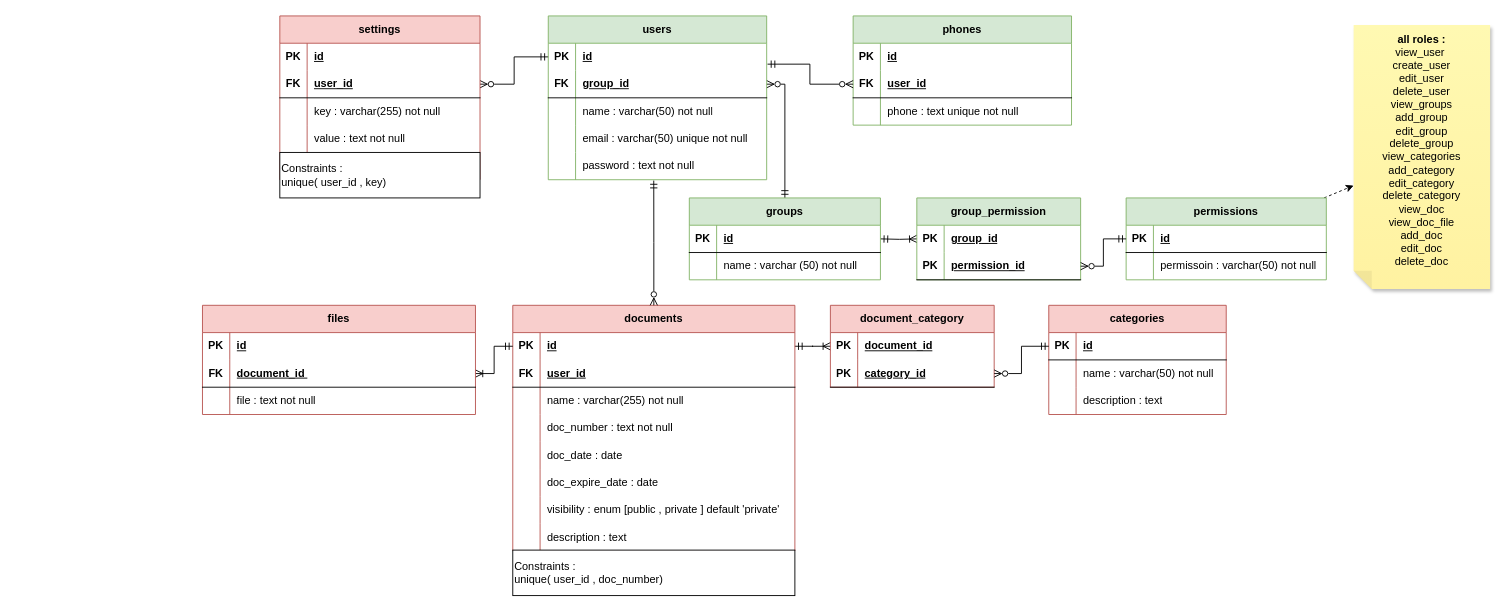
Above: page "db_schema" (1 of 4) of planning/diagram.drawio in khaledfathi/documents-vault (draw.io), before the change. Source tidied: cells renumbered, new cells numbered last; positions are measured from the earlier drawing's top-left corner, leaving out a move shared by most shapes. Both pictures are drawn from the tidied source at 91%, with x=0, y=0 at pixel (202, 15).
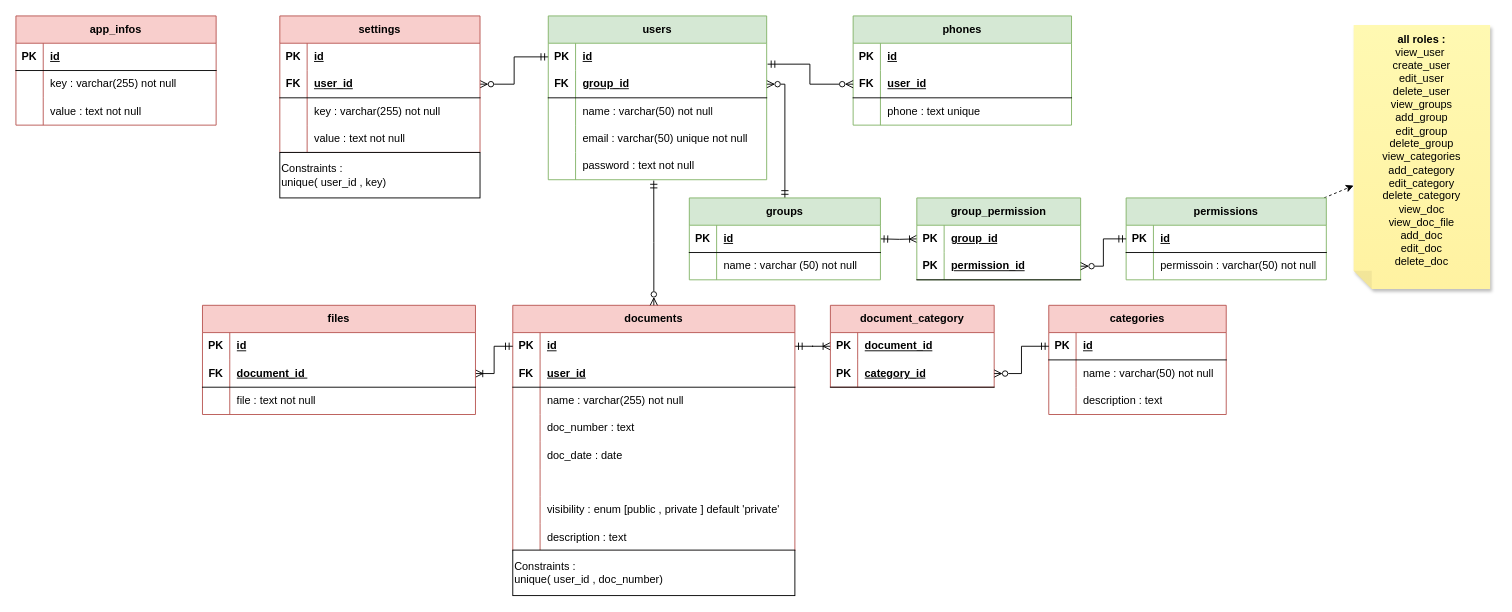
The same diagram, later.

Commit message (it also covers changes not shown here):
update plaining diagram

The change refers to these unchanged cells:
```xml
<mxCell id="47" style="shape=tableRow;horizontal=0;startSize=0;swimlaneHead=0;swimlaneBody=0;fillColor=none;top=0;left=0;right=0;bottom=0;html=1;" parent="37" vertex="1">
  <mxGeometry y="120" width="310" height="30" as="geometry" />
</mxCell>
<mxCell id="53" style="shape=tableRow;horizontal=0;startSize=0;swimlaneHead=0;swimlaneBody=0;fillColor=none;top=0;left=0;right=0;bottom=0;html=1;" parent="37" vertex="1">
  <mxGeometry y="180" width="310" height="30" as="geometry" />
</mxCell>
<mxCell id="95" style="shape=tableRow;horizontal=0;startSize=0;swimlaneHead=0;swimlaneBody=0;fillColor=none;top=0;left=0;right=0;bottom=0;html=1;" parent="88" vertex="1">
  <mxGeometry y="90" width="240" height="30" as="geometry" />
</mxCell>
```

Change to the diagram source:
```diff
@@
     <mxCell id="3" value="settings" style="shape=table;startSize=30;childLayout=tableLayout;rowLines=0;fontStyle=1;align=center;html=1;whiteSpace=wrap;fillColor=#f8cecc;strokeColor=#b85450;" parent="1" vertex="1">
-      <mxGeometry x="85" width="220" height="180" as="geometry" />
+      <mxGeometry x="85" width="220" height="150" as="geometry" />
     </mxCell>
@@
-    <mxCell id="13" style="shape=tableRow;horizontal=0;startSize=0;swimlaneHead=0;swimlaneBody=0;fillColor=none;top=0;left=0;right=0;bottom=0;html=1;" parent="3" vertex="1">
-      <mxGeometry y="120" width="220" height="30" as="geometry" />
-    </mxCell>
-    <mxCell id="14" style="shape=partialRectangle;fillColor=none;top=0;left=0;bottom=0;right=0;overflow=hidden;html=1;whiteSpace=wrap;" parent="13" vertex="1">
-      <mxGeometry width="30" height="30" as="geometry" />
-    </mxCell>
-    <mxCell id="15" value="value : text not null" style="shape=partialRectangle;fillColor=none;top=0;left=0;bottom=0;right=0;align=left;spacingLeft=6;overflow=hidden;html=1;whiteSpace=wrap;" parent="13" vertex="1">
-      <mxGeometry x="30" width="190" height="30" as="geometry" />
-    </mxCell>
     <mxCell id="16" style="shape=tableRow;horizontal=0;startSize=0;swimlaneHead=0;swimlaneBody=0;fillColor=none;top=0;left=0;right=0;bottom=0;html=1;" parent="3" vertex="1">
-      <mxGeometry y="150" width="220" height="30" as="geometry" />
+      <mxGeometry y="120" width="220" height="30" as="geometry" />
     </mxCell>
@@
-    <mxCell id="49" value="doc_number : text not null" style="shape=partialRectangle;fillColor=none;top=0;left=0;bottom=0;right=0;align=left;spacingLeft=6;overflow=hidden;html=1;whiteSpace=wrap;" parent="47" vertex="1">
+    <mxCell id="49" value="doc_number : text&amp;nbsp;" style="shape=partialRectangle;fillColor=none;top=0;left=0;bottom=0;right=0;align=left;spacingLeft=6;overflow=hidden;html=1;whiteSpace=wrap;" parent="47" vertex="1">
       <mxGeometry x="30" width="280" height="30" as="geometry" />
     </mxCell>
@@
-    <mxCell id="55" value="doc_expire_date : date" style="shape=partialRectangle;fillColor=none;top=0;left=0;bottom=0;right=0;align=left;spacingLeft=6;overflow=hidden;html=1;whiteSpace=wrap;" parent="53" vertex="1">
+    <mxCell id="55" value=" " style="shape=partialRectangle;fillColor=none;top=0;left=0;bottom=0;right=0;align=left;spacingLeft=6;overflow=hidden;html=1;whiteSpace=wrap;" parent="53" vertex="1">
       <mxGeometry x="30" width="280" height="30" as="geometry" />
     </mxCell>
@@
-    <mxCell id="97" value="phone : text unique not null" style="shape=partialRectangle;fillColor=none;top=0;left=0;bottom=0;right=0;align=left;spacingLeft=6;overflow=hidden;html=1;whiteSpace=wrap;" parent="95" vertex="1">
+    <mxCell id="97" value="phone : text unique&amp;nbsp;" style="shape=partialRectangle;fillColor=none;top=0;left=0;bottom=0;right=0;align=left;spacingLeft=6;overflow=hidden;html=1;whiteSpace=wrap;" parent="95" vertex="1">
       <mxGeometry x="30" width="210" height="30" as="geometry" />
     </mxCell>
@@
+    <mxCell id="130" value="app_infos" style="shape=table;startSize=30;childLayout=tableLayout;rowLines=0;fontStyle=1;align=center;html=1;whiteSpace=wrap;fillColor=#f8cecc;strokeColor=#b85450;" parent="1" vertex="1">
+      <mxGeometry x="-205" width="220" height="120" as="geometry" />
+    </mxCell>
+    <mxCell id="131" style="shape=tableRow;horizontal=0;startSize=0;swimlaneHead=0;swimlaneBody=0;fillColor=none;top=0;left=0;right=0;bottom=1;html=1;rounded=0;" parent="130" vertex="1">
+      <mxGeometry y="30" width="220" height="30" as="geometry" />
+    </mxCell>
+    <mxCell id="132" value="PK" style="shape=partialRectangle;fillColor=none;top=0;left=0;bottom=0;right=0;fontStyle=1;overflow=hidden;html=1;whiteSpace=wrap;" parent="131" vertex="1">
+      <mxGeometry width="30" height="30" as="geometry" />
+    </mxCell>
+    <mxCell id="133" value="id" style="shape=partialRectangle;fillColor=none;top=0;left=0;bottom=0;right=0;align=left;spacingLeft=6;fontStyle=5;overflow=hidden;html=1;whiteSpace=wrap;" parent="131" vertex="1">
+      <mxGeometry x="30" width="190" height="30" as="geometry" />
+    </mxCell>
+    <mxCell id="134" style="shape=tableRow;horizontal=0;startSize=0;swimlaneHead=0;swimlaneBody=0;fillColor=none;top=0;left=0;right=0;bottom=0;html=1;" parent="130" vertex="1">
+      <mxGeometry y="60" width="220" height="30" as="geometry" />
+    </mxCell>
+    <mxCell id="135" style="shape=partialRectangle;fillColor=none;top=0;left=0;bottom=0;right=0;overflow=hidden;html=1;whiteSpace=wrap;" parent="134" vertex="1">
+      <mxGeometry width="30" height="30" as="geometry" />
+    </mxCell>
+    <mxCell id="136" value="key : varchar(255) not null" style="shape=partialRectangle;fillColor=none;top=0;left=0;bottom=0;right=0;align=left;spacingLeft=6;overflow=hidden;html=1;whiteSpace=wrap;" parent="134" vertex="1">
+      <mxGeometry x="30" width="190" height="30" as="geometry" />
+    </mxCell>
+    <mxCell id="137" style="shape=tableRow;horizontal=0;startSize=0;swimlaneHead=0;swimlaneBody=0;fillColor=none;top=0;left=0;right=0;bottom=0;html=1;" parent="130" vertex="1">
+      <mxGeometry y="90" width="220" height="30" as="geometry" />
+    </mxCell>
+    <mxCell id="138" style="shape=partialRectangle;fillColor=none;top=0;left=0;bottom=0;right=0;overflow=hidden;html=1;whiteSpace=wrap;" parent="137" vertex="1">
+      <mxGeometry width="30" height="30" as="geometry" />
+    </mxCell>
+    <mxCell id="15" value="value : text not null" style="shape=partialRectangle;fillColor=none;top=0;left=0;bottom=0;right=0;align=left;spacingLeft=6;overflow=hidden;html=1;whiteSpace=wrap;" parent="137" vertex="1">
+      <mxGeometry x="30" width="190" height="30" as="geometry" />
+    </mxCell>
```
